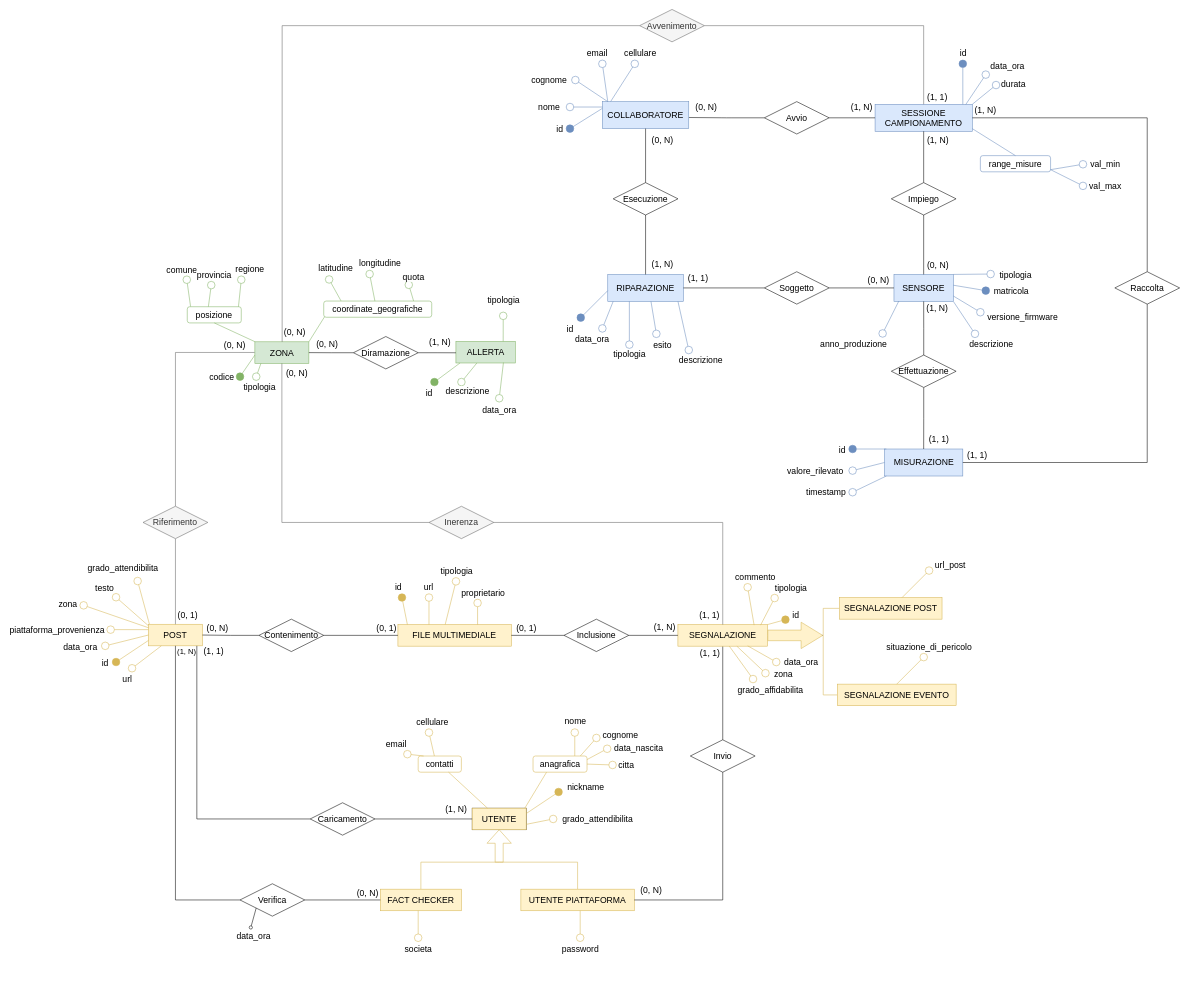
This is page "Diagramma completo" (7 of 7) of diagramma-er.drawio from faffolao/ProgettoBD2022, a draw.io file, before an edit. Source tidied: cells renumbered, new cells numbered last; positions are measured from the earlier drawing's top-left corner, leaving out a move shared by most shapes. Both pictures are drawn from the tidied source at 54%, with x=0, y=0 at pixel (83, 9).
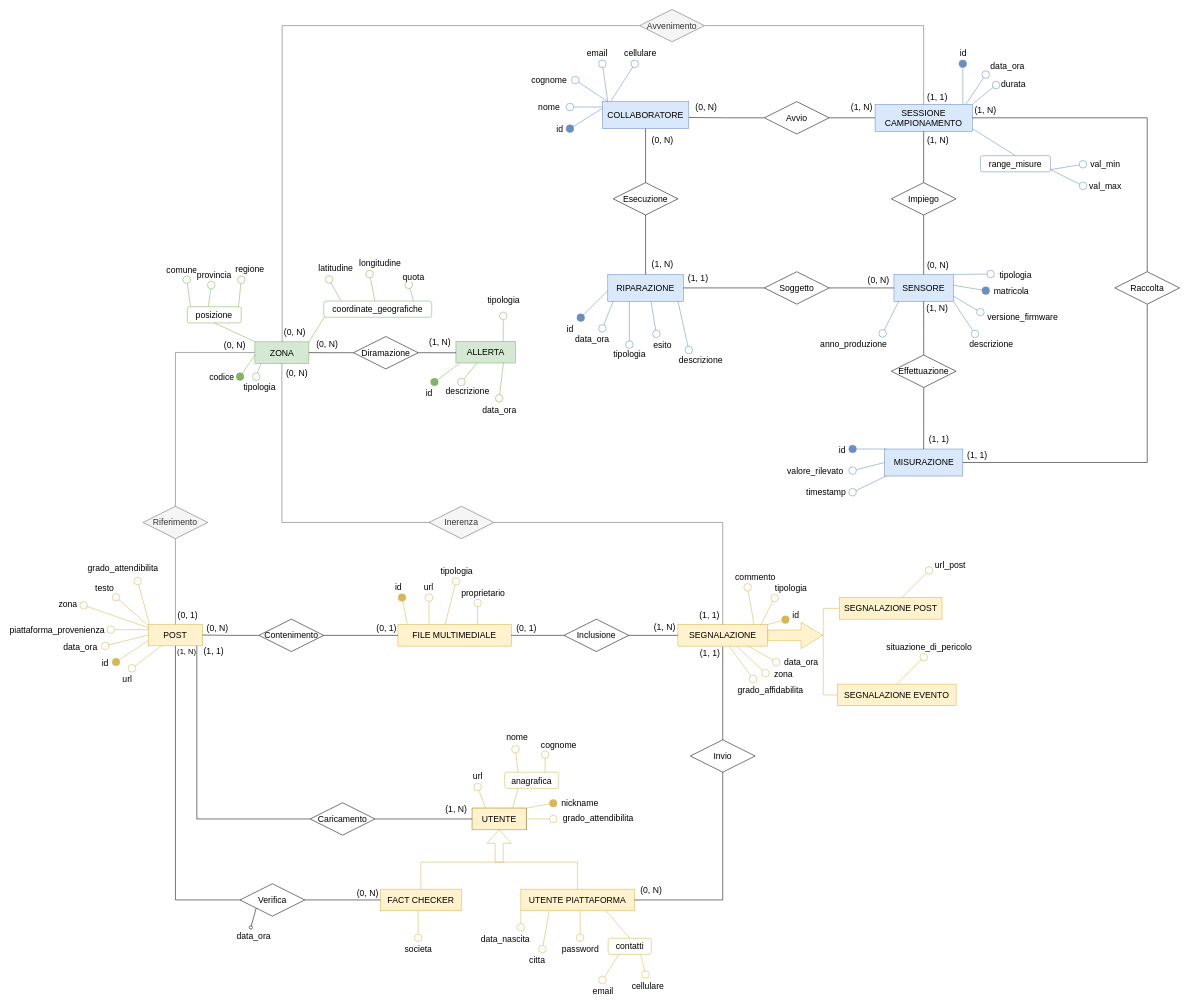
The same page after the edit.

Unchanged cells that the change refers to:
```xml
<mxCell id="105" value="UTENTE" style="whiteSpace=wrap;html=1;align=center;fontSize=16;fillColor=none;" parent="1" vertex="1">
  <mxGeometry x="719.9" y="1479.1" width="100" height="40" as="geometry" />
</mxCell>
<mxCell id="110" value="UTENTE PIATTAFORMA" style="whiteSpace=wrap;html=1;align=center;fontSize=16;fillColor=#fff2cc;strokeColor=#d6b656;" parent="1" vertex="1">
  <mxGeometry x="810.1" y="1629.1" width="210" height="40" as="geometry" />
</mxCell>
<mxCell id="113" value="UTENTE" style="whiteSpace=wrap;html=1;align=center;fontSize=16;fillColor=#fff2cc;strokeColor=#d6b656;" parent="1" vertex="1">
  <mxGeometry x="719.9" y="1479.1" width="100" height="40" as="geometry" />
</mxCell>
```

What changed in the source:
```diff
@@
-    <mxCell id="114" style="endArrow=oval;html=1;strokeColor=#d6b656;strokeWidth=1;fontSize=12;startSize=14;endSize=14;endFill=1;fillColor=#fff2cc;exitX=1;exitY=0.25;exitDx=0;exitDy=0;" parent="1" edge="1" source="113">
+    <mxCell id="114" style="endArrow=oval;html=1;strokeColor=#d6b656;strokeWidth=1;fontSize=12;startSize=14;endSize=14;endFill=1;fillColor=#fff2cc;exitX=1;exitY=0;exitDx=0;exitDy=0;" parent="1" edge="1" source="105">
       <mxGeometry relative="1" as="geometry">
-        <mxPoint x="879.9" y="1449.1" as="targetPoint" />
+        <mxPoint x="870" y="1470" as="targetPoint" />
       </mxGeometry>
     </mxCell>
     <mxCell id="115" value="nickname" style="edgeLabel;html=1;align=center;verticalAlign=middle;fontSize=16;" parent="114" vertex="1">
       <mxGeometry x="0.5" relative="1" as="geometry">
-        <mxPoint x="65" y="-20" as="offset" />
+        <mxPoint x="61" y="-3" as="offset" />
       </mxGeometry>
     </mxCell>
-    <mxCell id="116" style="endArrow=oval;html=1;strokeColor=#d6b656;strokeWidth=1;fontSize=12;startSize=14;endSize=14;endFill=0;fillColor=#fff2cc;" parent="1" edge="1">
+    <mxCell id="116" style="endArrow=oval;html=1;strokeColor=#d6b656;strokeWidth=1;fontSize=12;startSize=14;endSize=14;endFill=0;fillColor=#fff2cc;exitX=0.25;exitY=0;exitDx=0;exitDy=0;" parent="1" edge="1" source="125">
       <mxGeometry relative="1" as="geometry">
-        <mxPoint x="909.9" y="1382.5" as="sourcePoint" />
-        <mxPoint x="909.9" y="1339.1" as="targetPoint" />
+        <mxPoint x="800" y="1370" as="targetPoint" />
       </mxGeometry>
     </mxCell>
@@
-    <mxCell id="118" style="endArrow=none;html=1;strokeColor=#d6b656;strokeWidth=1;fontSize=12;startSize=14;endSize=14;exitX=0.75;exitY=0;exitDx=0;exitDy=0;entryX=0.25;entryY=1;entryDx=0;entryDy=0;fillColor=#fff2cc;" parent="1" edge="1" target="125">
-      <mxGeometry relative="1" as="geometry">
-        <mxPoint x="817.4" y="1479.1" as="sourcePoint" />
-      </mxGeometry>
+    <mxCell id="118" style="endArrow=none;html=1;strokeColor=#d6b656;strokeWidth=1;fontSize=12;startSize=14;endSize=14;exitX=0.75;exitY=0;exitDx=0;exitDy=0;entryX=0.25;entryY=1;entryDx=0;entryDy=0;fillColor=#fff2cc;" parent="1" edge="1" source="113" target="125">
+      <mxGeometry relative="1" as="geometry" />
     </mxCell>
-    <mxCell id="119" style="endArrow=oval;html=1;strokeColor=#d6b656;strokeWidth=1;fontSize=12;startSize=14;endSize=14;endFill=0;fillColor=#fff2cc;" parent="1" edge="1">
+    <mxCell id="119" style="endArrow=oval;html=1;strokeColor=#d6b656;strokeWidth=1;fontSize=12;startSize=14;endSize=14;endFill=0;fillColor=#fff2cc;exitX=0.75;exitY=0;exitDx=0;exitDy=0;" parent="1" edge="1" source="125">
       <mxGeometry relative="1" as="geometry">
-        <mxPoint x="920.1" y="1382.5" as="sourcePoint" />
-        <mxPoint x="949.9" y="1349.1" as="targetPoint" />
+        <mxPoint x="855" y="1380" as="targetPoint" />
       </mxGeometry>
     </mxCell>
     <mxCell id="120" value="cognome" style="edgeLabel;html=1;align=center;verticalAlign=middle;fontSize=16;" parent="119" vertex="1">
       <mxGeometry x="0.49" y="1" relative="1" as="geometry">
-        <mxPoint x="52" y="-15" as="offset" />
+        <mxPoint x="25" y="-27" as="offset" />
       </mxGeometry>
     </mxCell>
-    <mxCell id="121" style="endArrow=oval;html=1;strokeColor=#d6b656;strokeWidth=1;fontSize=12;startSize=14;endSize=14;endFill=0;fillColor=#fff2cc;" parent="1" edge="1">
+    <mxCell id="121" style="endArrow=oval;html=1;strokeColor=#d6b656;strokeWidth=1;fontSize=12;startSize=14;endSize=14;endFill=0;fillColor=#fff2cc;exitX=0;exitY=1;exitDx=0;exitDy=0;" parent="1" edge="1" source="110">
       <mxGeometry relative="1" as="geometry">
-        <mxPoint x="932.6" y="1389.1" as="sourcePoint" />
-        <mxPoint x="969.9" y="1369.1" as="targetPoint" />
+        <mxPoint x="810" y="1700" as="targetPoint" />
       </mxGeometry>
     </mxCell>
     <mxCell id="122" value="data_nascita" style="edgeLabel;html=1;align=center;verticalAlign=middle;fontSize=16;" parent="121" vertex="1">
       <mxGeometry x="0.47" relative="1" as="geometry">
-        <mxPoint x="68" y="-8" as="offset" />
+        <mxPoint x="-30" y="28" as="offset" />
       </mxGeometry>
     </mxCell>
-    <mxCell id="123" style="endArrow=oval;html=1;strokeColor=#d6b656;strokeWidth=1;fontSize=12;startSize=14;endSize=14;endFill=0;exitX=1;exitY=0.5;exitDx=0;exitDy=0;fillColor=#fff2cc;" parent="1" edge="1" source="125">
+    <mxCell id="123" style="endArrow=oval;html=1;strokeColor=#d6b656;strokeWidth=1;fontSize=12;startSize=14;endSize=14;endFill=0;exitX=0.25;exitY=1;exitDx=0;exitDy=0;fillColor=#fff2cc;" parent="1" edge="1" source="110">
       <mxGeometry relative="1" as="geometry">
-        <mxPoint x="979.9" y="1399.1" as="targetPoint" />
+        <mxPoint x="850" y="1740" as="targetPoint" />
       </mxGeometry>
     </mxCell>
     <mxCell id="124" value="citta" style="edgeLabel;html=1;align=center;verticalAlign=middle;fontSize=16;" parent="123" vertex="1">
       <mxGeometry x="0.52" y="-1" relative="1" as="geometry">
-        <mxPoint x="36" y="-1" as="offset" />
+        <mxPoint x="-12" y="37" as="offset" />
       </mxGeometry>
     </mxCell>
     <mxCell id="125" value="anagrafica" style="rounded=1;whiteSpace=wrap;html=1;fontSize=16;fillColor=none;strokeColor=#d6b656;" parent="1" vertex="1">
-      <mxGeometry x="832.6" y="1382.5" width="100" height="30" as="geometry" />
+      <mxGeometry x="780" y="1412.5" width="100" height="30" as="geometry" />
     </mxCell>
     <mxCell id="126" value="contatti" style="rounded=1;whiteSpace=wrap;html=1;fontSize=16;fillColor=none;strokeColor=#d6b656;" parent="1" vertex="1">
-      <mxGeometry x="619.9" y="1382.5" width="80" height="30" as="geometry" />
+      <mxGeometry x="971.7" y="1720" width="80" height="30" as="geometry" />
     </mxCell>
-    <mxCell id="127" style="endArrow=oval;html=1;strokeColor=#d6b656;strokeWidth=1;fontSize=12;startSize=14;endSize=14;endFill=0;fillColor=#fff2cc;" parent="1" edge="1">
+    <mxCell id="127" style="endArrow=oval;html=1;strokeColor=#d6b656;strokeWidth=1;fontSize=12;startSize=14;endSize=14;endFill=0;fillColor=#fff2cc;exitX=0.75;exitY=1;exitDx=0;exitDy=0;" parent="1" edge="1" source="126">
       <mxGeometry relative="1" as="geometry">
-        <mxPoint x="649.9" y="1382.5" as="sourcePoint" />
-        <mxPoint x="639.9" y="1339.1" as="targetPoint" />
+        <mxPoint x="1041" y="1787.1" as="targetPoint" />
       </mxGeometry>
     </mxCell>
     <mxCell id="128" value="cellulare" style="edgeLabel;html=1;align=center;verticalAlign=middle;fontSize=16;" parent="127" vertex="1">
       <mxGeometry x="0.51" relative="1" as="geometry">
-        <mxPoint x="3" y="-30" as="offset" />
+        <mxPoint x="6" y="29" as="offset" />
       </mxGeometry>
     </mxCell>
-    <mxCell id="129" style="endArrow=oval;html=1;strokeColor=#d6b656;strokeWidth=1;fontSize=12;startSize=14;endSize=14;endFill=0;fillColor=#fff2cc;" parent="1" edge="1">
+    <mxCell id="129" style="endArrow=oval;html=1;strokeColor=#d6b656;strokeWidth=1;fontSize=12;startSize=14;endSize=14;endFill=0;fillColor=#fff2cc;exitX=0.25;exitY=1;exitDx=0;exitDy=0;" parent="1" edge="1" source="126">
       <mxGeometry relative="1" as="geometry">
-        <mxPoint x="629.9" y="1382.5" as="sourcePoint" />
-        <mxPoint x="599.9" y="1379.1" as="targetPoint" />
+        <mxPoint x="961" y="1797.1" as="targetPoint" />
       </mxGeometry>
     </mxCell>
     <mxCell id="130" value="email" style="edgeLabel;html=1;align=center;verticalAlign=middle;fontSize=16;" parent="129" vertex="1">
       <mxGeometry x="0.36" y="1" relative="1" as="geometry">
-        <mxPoint x="-30" y="-22" as="offset" />
+        <mxPoint x="-10" y="35" as="offset" />
       </mxGeometry>
     </mxCell>
-    <mxCell id="131" style="endArrow=oval;html=1;strokeColor=#d6b656;strokeWidth=1;fontSize=12;startSize=14;endSize=14;endFill=0;fillColor=#fff2cc;" parent="1" edge="1">
+    <mxCell id="131" style="endArrow=oval;html=1;strokeColor=#d6b656;strokeWidth=1;fontSize=12;startSize=14;endSize=14;endFill=0;fillColor=#fff2cc;exitX=1;exitY=0.5;exitDx=0;exitDy=0;" parent="1" edge="1" source="105">
       <mxGeometry relative="1" as="geometry">
-        <mxPoint x="819.9" y="1509.1" as="sourcePoint" />
         <mxPoint x="869.9" y="1499.1" as="targetPoint" />
       </mxGeometry>
     </mxCell>
@@
-    <mxCell id="157" style="endArrow=none;html=1;rounded=0;strokeColor=#d6b656;strokeWidth=1;fontSize=12;startSize=14;endSize=14;fillColor=#fff2cc;" parent="1" edge="1" source="113" target="126">
-      <mxGeometry relative="1" as="geometry" />
-    </mxCell>
@@
+    <mxCell id="238" style="endArrow=none;html=1;rounded=0;exitX=0.5;exitY=0;exitDx=0;exitDy=0;entryX=0.75;entryY=1;entryDx=0;entryDy=0;fillColor=#fff2cc;strokeColor=#d6b656;" parent="1" edge="1" source="126" target="110">
+      <mxGeometry relative="1" as="geometry" />
+    </mxCell>
+    <mxCell id="239" style="endArrow=oval;html=1;strokeColor=#d6b656;strokeWidth=1;fontSize=12;startSize=14;endSize=14;endFill=0;fillColor=#fff2cc;exitX=0.25;exitY=0;exitDx=0;exitDy=0;" parent="1" edge="1" source="113">
+      <mxGeometry relative="1" as="geometry">
+        <mxPoint x="730" y="1440" as="targetPoint" />
+      </mxGeometry>
+    </mxCell>
+    <mxCell id="240" value="url" style="edgeLabel;html=1;align=center;verticalAlign=middle;fontSize=16;" parent="239" vertex="1">
+      <mxGeometry x="0.47" y="1" relative="1" as="geometry">
+        <mxPoint x="-3" y="-31" as="offset" />
+      </mxGeometry>
+    </mxCell>
```
